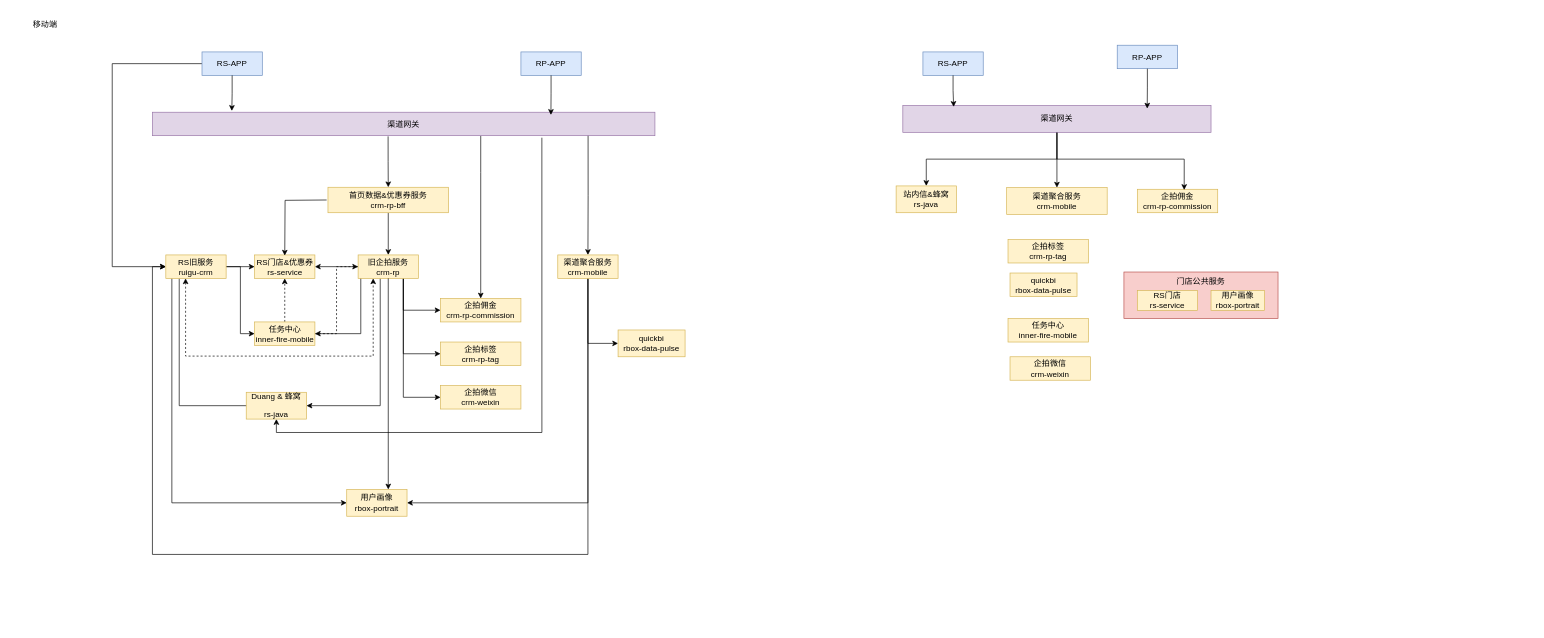
Above: 2025-渠道服务内部依赖图-现状.drawio in shixiaoding/draw (draw.io), before the change. Source tidied: cells renumbered, new cells numbered last; positions are measured from the earlier drawing's top-left corner, leaving out a move shared by most shapes. Both pictures are drawn from the tidied source at 67%, with x=0, y=0 at pixel (11, 11).
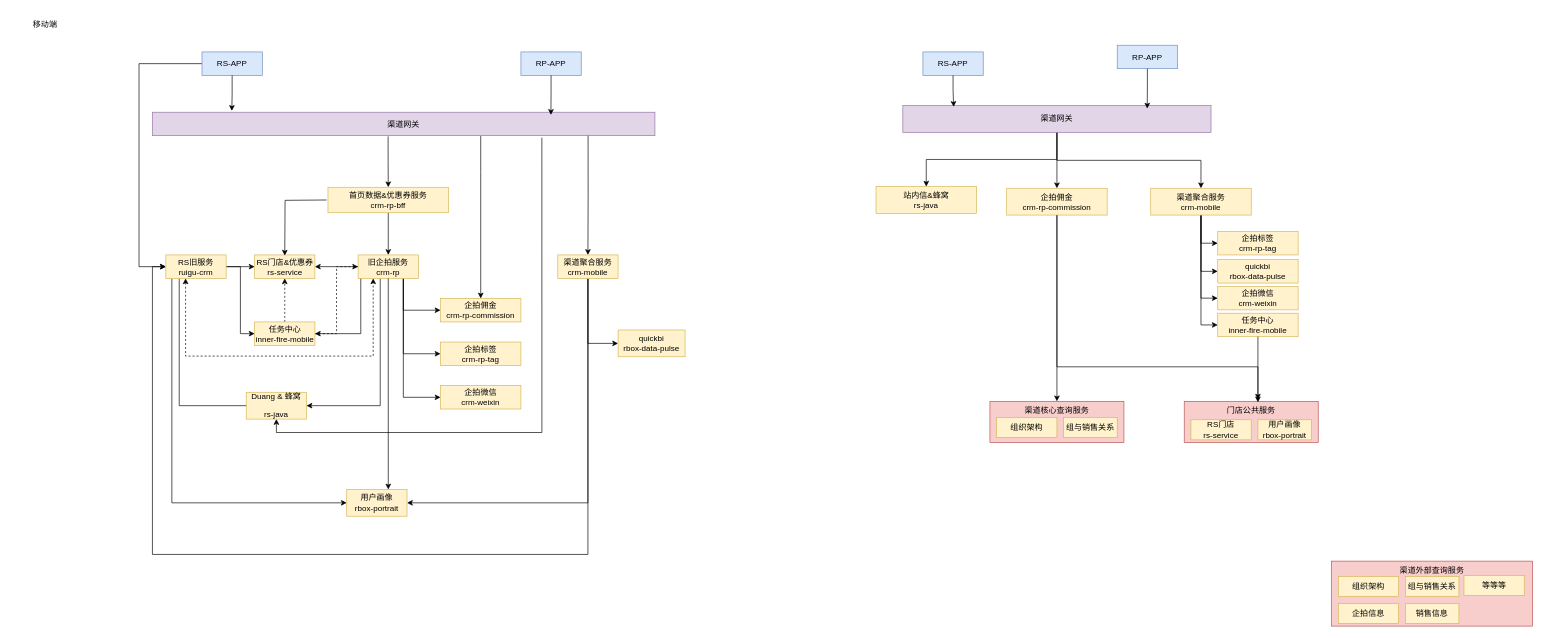
The same page after the edit.

Commit message:
更新2025-渠道服务内部依赖图-现状.drawio

Unchanged cells that the change refers to:
```xml
<mxCell id="9" value="RS-APP" style="rounded=0;whiteSpace=wrap;html=1;fillColor=#dae8fc;strokeColor=#6c8ebf;fontFamily=Helvetica;labelBackgroundColor=none;fontSize=12;" parent="1" vertex="1">
  <mxGeometry x="284" y="60" width="90" height="35" as="geometry" />
</mxCell>
<mxCell id="29" value="&lt;div&gt;RS旧服务&lt;/div&gt;ruigu-crm" style="rounded=0;whiteSpace=wrap;html=1;fillColor=#fff2cc;strokeColor=#d6b656;fontFamily=Helvetica;labelBackgroundColor=none;fontSize=12;" parent="1" vertex="1">
  <mxGeometry x="230" y="363" width="90" height="35" as="geometry" />
</mxCell>
<mxCell id="47" value="渠道网关" style="rounded=0;whiteSpace=wrap;html=1;fillColor=#e1d5e7;strokeColor=#9673a6;fontFamily=Helvetica;labelBackgroundColor=none;fontSize=12;" parent="1" vertex="1">
  <mxGeometry x="1330" y="140" width="460" height="40" as="geometry" />
</mxCell>
<mxCell id="48" value="RS-APP" style="rounded=0;whiteSpace=wrap;html=1;fillColor=#dae8fc;strokeColor=#6c8ebf;fontFamily=Helvetica;labelBackgroundColor=none;fontSize=12;" parent="1" vertex="1">
  <mxGeometry x="1360" y="60" width="90" height="35" as="geometry" />
</mxCell>
```

The edit, as a diff of the source:
```diff
@@
-    <mxCell id="2" value="门店公共服务" style="rounded=0;whiteSpace=wrap;html=1;fillColor=#f8cecc;strokeColor=#b85450;fontFamily=Helvetica;labelBackgroundColor=none;fontSize=12;verticalAlign=top;" parent="1" vertex="1">
-      <mxGeometry x="1660" y="388.5" width="230" height="69.5" as="geometry" />
-    </mxCell>
@@
     <mxCell id="8" style="edgeStyle=orthogonalEdgeStyle;rounded=0;jettySize=auto;html=1;entryX=0;entryY=0.5;entryDx=0;entryDy=0;" parent="1" edge="1" source="9" target="29">
       <mxGeometry relative="1" as="geometry">
         <Array as="points">
-          <mxPoint x="150" y="78" />
-          <mxPoint x="150" y="381" />
+          <mxPoint x="190" y="78" />
+          <mxPoint x="190" y="381" />
         </Array>
       </mxGeometry>
     </mxCell>
@@
+    <mxCell id="59" style="edgeStyle=orthogonalEdgeStyle;rounded=0;jettySize=auto;html=1;exitX=0.5;exitY=1;exitDx=0;exitDy=0;" parent="1" edge="1" source="47" target="53">
+      <mxGeometry relative="1" as="geometry" />
+    </mxCell>
@@
+    <mxCell id="62" style="edgeStyle=orthogonalEdgeStyle;rounded=0;jettySize=auto;html=1;entryX=0;entryY=0.5;entryDx=0;entryDy=0;" parent="1" edge="1" source="50" target="52">
+      <mxGeometry relative="1" as="geometry" />
+    </mxCell>
+    <mxCell id="63" style="edgeStyle=orthogonalEdgeStyle;rounded=0;jettySize=auto;html=1;exitX=0.5;exitY=1;exitDx=0;exitDy=0;entryX=0;entryY=0.5;entryDx=0;entryDy=0;" parent="1" edge="1" source="50" target="60">
+      <mxGeometry relative="1" as="geometry" />
+    </mxCell>
+    <mxCell id="64" style="edgeStyle=orthogonalEdgeStyle;rounded=0;jettySize=auto;html=1;exitX=0.5;exitY=1;exitDx=0;exitDy=0;entryX=0;entryY=0.5;entryDx=0;entryDy=0;" parent="1" edge="1" source="50" target="54">
+      <mxGeometry relative="1" as="geometry" />
+    </mxCell>
+    <mxCell id="65" style="edgeStyle=orthogonalEdgeStyle;rounded=0;jettySize=auto;html=1;exitX=0.5;exitY=1;exitDx=0;exitDy=0;entryX=0;entryY=0.5;entryDx=0;entryDy=0;" parent="1" edge="1" source="50" target="51">
+      <mxGeometry relative="1" as="geometry" />
+    </mxCell>
     <mxCell id="50" value="&lt;div&gt;渠道聚合服务&lt;/div&gt;crm-mobile" style="rounded=0;whiteSpace=wrap;html=1;fillColor=#fff2cc;strokeColor=#d6b656;fontFamily=Helvetica;labelBackgroundColor=none;fontSize=12;" parent="1" vertex="1">
-      <mxGeometry x="1485" y="262.5" width="150" height="40" as="geometry" />
+      <mxGeometry x="1700" y="263.5" width="150" height="40" as="geometry" />
     </mxCell>
     <mxCell id="51" value="&lt;div&gt;企拍标签&lt;/div&gt;crm-rp-tag" style="rounded=0;whiteSpace=wrap;html=1;fillColor=#fff2cc;strokeColor=#d6b656;fontFamily=Helvetica;labelBackgroundColor=none;fontSize=12;" parent="1" vertex="1">
-      <mxGeometry x="1487" y="340" width="120" height="35" as="geometry" />
+      <mxGeometry x="1800" y="328" width="120" height="35" as="geometry" />
     </mxCell>
     <mxCell id="52" value="&lt;div&gt;企拍微信&lt;/div&gt;crm-weixin" style="rounded=0;whiteSpace=wrap;html=1;fillColor=#fff2cc;strokeColor=#d6b656;fontFamily=Helvetica;labelBackgroundColor=none;fontSize=12;" parent="1" vertex="1">
-      <mxGeometry x="1490" y="515" width="120" height="35" as="geometry" />
+      <mxGeometry x="1800" y="410" width="120" height="35" as="geometry" />
     </mxCell>
-    <mxCell id="53" value="&lt;div&gt;企拍佣金&lt;/div&gt;crm-rp-commission" style="rounded=0;whiteSpace=wrap;html=1;fillColor=#fff2cc;strokeColor=#d6b656;fontFamily=Helvetica;labelBackgroundColor=none;fontSize=12;" parent="1" vertex="1">
-      <mxGeometry x="1680" y="265" width="120" height="35" as="geometry" />
-    </mxCell>
     <mxCell id="54" value="&lt;p&gt;&lt;span&gt;&lt;span&gt;quickbi&lt;br&gt;&lt;/span&gt;&lt;/span&gt;rbox-data-pulse&lt;/p&gt;" style="rounded=0;whiteSpace=wrap;html=1;fillColor=#fff2cc;strokeColor=#d6b656;align=center;verticalAlign=middle;fontFamily=Helvetica;fontSize=12;fontColor=default;labelBackgroundColor=none;" parent="1" vertex="1">
-      <mxGeometry x="1490" y="390" width="100" height="35" as="geometry" />
+      <mxGeometry x="1800" y="370" width="120" height="35" as="geometry" />
     </mxCell>
@@
+    <mxCell id="60" value="任务中心&lt;br&gt;&lt;span style=&quot;color: light-dark(rgb(0, 0, 0), rgb(255, 255, 255));&quot;&gt;inner-fire-mobile&lt;/span&gt;" style="rounded=0;whiteSpace=wrap;html=1;fillColor=#fff2cc;strokeColor=#d6b656;fontFamily=Helvetica;labelBackgroundColor=none;fontSize=12;" parent="1" vertex="1">
+      <mxGeometry x="1800" y="450" width="120" height="35" as="geometry" />
+    </mxCell>
+    <mxCell id="61" style="edgeStyle=orthogonalEdgeStyle;rounded=0;jettySize=auto;html=1;exitX=0.5;exitY=1;exitDx=0;exitDy=0;entryX=0.165;entryY=0.05;entryDx=0;entryDy=0;entryPerimeter=0;" parent="1" edge="1" source="48" target="47">
+      <mxGeometry relative="1" as="geometry" />
+    </mxCell>
+    <mxCell id="66" value="渠道外部查询服务" style="rounded=0;whiteSpace=wrap;html=1;fillColor=#f8cecc;strokeColor=#b85450;fontFamily=Helvetica;labelBackgroundColor=none;fontSize=12;verticalAlign=top;" parent="1" vertex="1">
+      <mxGeometry x="1970" y="820" width="300" height="97" as="geometry" />
+    </mxCell>
-    <mxCell id="56" value="&lt;p&gt;站内信&amp;amp;蜂窝&lt;br&gt;&lt;span style=&quot;background-color: transparent; color: light-dark(rgb(0, 0, 0), rgb(255, 255, 255));&quot;&gt;rs-java&lt;/span&gt;&lt;/p&gt;" style="rounded=0;whiteSpace=wrap;html=1;fillColor=#fff2cc;strokeColor=#d6b656;align=center;verticalAlign=middle;fontFamily=Helvetica;fontSize=12;fontColor=default;labelBackgroundColor=none;" parent="1" vertex="1">
-      <mxGeometry x="1320" y="260" width="90" height="40" as="geometry" />
+    <mxCell id="56" value="站内信&amp;amp;蜂窝&lt;br&gt;&lt;span style=&quot;color: light-dark(rgb(0, 0, 0), rgb(255, 255, 255)); background-color: transparent;&quot;&gt;rs-java&lt;/span&gt;" style="rounded=0;whiteSpace=wrap;html=1;fillColor=#fff2cc;strokeColor=#d6b656;fontFamily=Helvetica;labelBackgroundColor=none;fontSize=12;" parent="1" vertex="1">
+      <mxGeometry x="1290" y="261" width="150" height="40" as="geometry" />
     </mxCell>
+    <mxCell id="67" style="edgeStyle=orthogonalEdgeStyle;rounded=0;jettySize=auto;html=1;entryX=0.5;entryY=0;entryDx=0;entryDy=0;" parent="1" edge="1" source="53" target="78">
+      <mxGeometry relative="1" as="geometry" />
+    </mxCell>
+    <mxCell id="53" value="&lt;div&gt;企拍佣金&lt;/div&gt;crm-rp-commission" style="rounded=0;whiteSpace=wrap;html=1;fillColor=#fff2cc;strokeColor=#d6b656;fontFamily=Helvetica;labelBackgroundColor=none;fontSize=12;" parent="1" vertex="1">
+      <mxGeometry x="1485" y="263.5" width="150" height="40" as="geometry" />
+    </mxCell>
+    <mxCell id="68" style="group;" parent="1" vertex="1">
+      <mxGeometry x="1980" y="843" width="180" height="30" as="geometry" />
+    </mxCell>
+    <mxCell id="69" value="&lt;p&gt;组与销售关系&lt;/p&gt;" style="rounded=0;whiteSpace=wrap;html=1;fillColor=#fff2cc;strokeColor=#d6b656;align=center;verticalAlign=middle;fontFamily=Helvetica;fontSize=12;fontColor=default;labelBackgroundColor=none;" parent="68" vertex="1">
+      <mxGeometry x="100" width="80" height="30" as="geometry" />
+    </mxCell>
+    <mxCell id="70" value="组织架构" style="rounded=0;whiteSpace=wrap;html=1;fillColor=#fff2cc;strokeColor=#d6b656;fontFamily=Helvetica;labelBackgroundColor=none;fontSize=12;" parent="68" vertex="1">
+      <mxGeometry width="90" height="30" as="geometry" />
+    </mxCell>
+    <mxCell id="71" style="group;" parent="1" vertex="1">
+      <mxGeometry x="1980" y="883" width="180" height="30" as="geometry" />
+    </mxCell>
+    <mxCell id="72" value="&lt;p&gt;销售信息&lt;/p&gt;" style="rounded=0;whiteSpace=wrap;html=1;fillColor=#fff2cc;strokeColor=#d6b656;align=center;verticalAlign=middle;fontFamily=Helvetica;fontSize=12;fontColor=default;labelBackgroundColor=none;" parent="71" vertex="1">
+      <mxGeometry x="100" width="80" height="30" as="geometry" />
+    </mxCell>
+    <mxCell id="73" value="企拍信息" style="rounded=0;whiteSpace=wrap;html=1;fillColor=#fff2cc;strokeColor=#d6b656;fontFamily=Helvetica;labelBackgroundColor=none;fontSize=12;" parent="71" vertex="1">
+      <mxGeometry width="90" height="30" as="geometry" />
+    </mxCell>
+    <mxCell id="74" value="等等等" style="rounded=0;whiteSpace=wrap;html=1;fillColor=#fff2cc;strokeColor=#d6b656;fontFamily=Helvetica;labelBackgroundColor=none;fontSize=12;" parent="1" vertex="1">
+      <mxGeometry x="2167.5" y="841.2" width="90" height="30" as="geometry" />
+    </mxCell>
+    <mxCell id="75" style="group;" parent="1" vertex="1">
+      <mxGeometry x="1750" y="581.5" width="200" height="61.5" as="geometry" />
+    </mxCell>
+    <mxCell id="2" value="门店公共服务" style="rounded=0;whiteSpace=wrap;html=1;fillColor=#f8cecc;strokeColor=#b85450;fontFamily=Helvetica;labelBackgroundColor=none;fontSize=12;verticalAlign=top;" parent="75" vertex="1">
+      <mxGeometry width="200" height="61.5" as="geometry" />
+    </mxCell>
+    <mxCell id="76" style="group;" parent="75" vertex="1">
+      <mxGeometry x="10" y="27.5" width="180" height="30" as="geometry" />
+    </mxCell>
-    <mxCell id="57" value="&lt;p&gt;&lt;span&gt;&lt;span&gt;用户画像&lt;br&gt;&lt;/span&gt;&lt;/span&gt;&lt;span&gt;rbox-portrait&lt;/span&gt;&lt;span&gt;&lt;/span&gt;&lt;/p&gt;" style="rounded=0;whiteSpace=wrap;html=1;fillColor=#fff2cc;strokeColor=#d6b656;align=center;verticalAlign=middle;fontFamily=Helvetica;fontSize=12;fontColor=default;labelBackgroundColor=none;" parent="1" vertex="1">
-      <mxGeometry x="1790" y="416" width="80" height="30" as="geometry" />
+    <mxCell id="57" value="&lt;p&gt;&lt;span&gt;&lt;span&gt;用户画像&lt;br&gt;&lt;/span&gt;&lt;/span&gt;&lt;span&gt;rbox-portrait&lt;/span&gt;&lt;span&gt;&lt;/span&gt;&lt;/p&gt;" style="rounded=0;whiteSpace=wrap;html=1;fillColor=#fff2cc;strokeColor=#d6b656;align=center;verticalAlign=middle;fontFamily=Helvetica;fontSize=12;fontColor=default;labelBackgroundColor=none;" parent="76" vertex="1">
+      <mxGeometry x="100" width="80" height="30" as="geometry" />
     </mxCell>
-    <mxCell id="58" value="&lt;div&gt;RS门店&lt;/div&gt;rs-service" style="rounded=0;whiteSpace=wrap;html=1;fillColor=#fff2cc;strokeColor=#d6b656;fontFamily=Helvetica;labelBackgroundColor=none;fontSize=12;" parent="1" vertex="1">
-      <mxGeometry x="1680" y="416" width="90" height="30" as="geometry" />
+    <mxCell id="58" value="&lt;div&gt;RS门店&lt;/div&gt;rs-service" style="rounded=0;whiteSpace=wrap;html=1;fillColor=#fff2cc;strokeColor=#d6b656;fontFamily=Helvetica;labelBackgroundColor=none;fontSize=12;" parent="76" vertex="1">
+      <mxGeometry width="90" height="30" as="geometry" />
     </mxCell>
-    <mxCell id="59" style="edgeStyle=orthogonalEdgeStyle;rounded=0;jettySize=auto;html=1;exitX=0.5;exitY=1;exitDx=0;exitDy=0;entryX=0.583;entryY=0.029;entryDx=0;entryDy=0;entryPerimeter=0;" parent="1" edge="1" source="47" target="53">
-      <mxGeometry relative="1" as="geometry">
-        <Array as="points">
-          <mxPoint x="1560" y="220" />
-          <mxPoint x="1750" y="220" />
-        </Array>
-      </mxGeometry>
-    </mxCell>
-    <mxCell id="60" value="任务中心&lt;br&gt;&lt;span style=&quot;color: light-dark(rgb(0, 0, 0), rgb(255, 255, 255));&quot;&gt;inner-fire-mobile&lt;/span&gt;" style="rounded=0;whiteSpace=wrap;html=1;fillColor=#fff2cc;strokeColor=#d6b656;fontFamily=Helvetica;labelBackgroundColor=none;fontSize=12;" parent="1" vertex="1">
-      <mxGeometry x="1487" y="458" width="120" height="35" as="geometry" />
-    </mxCell>
-    <mxCell id="61" style="edgeStyle=orthogonalEdgeStyle;rounded=0;jettySize=auto;html=1;exitX=0.5;exitY=1;exitDx=0;exitDy=0;entryX=0.165;entryY=0.05;entryDx=0;entryDy=0;entryPerimeter=0;" parent="1" edge="1" source="48" target="47">
-      <mxGeometry relative="1" as="geometry" />
-    </mxCell>
+    <mxCell id="77" style="group;" parent="1" vertex="1">
+      <mxGeometry x="1460" y="581.5" width="200" height="61.5" as="geometry" />
+    </mxCell>
+    <mxCell id="78" value="渠道核心查询服务" style="rounded=0;whiteSpace=wrap;html=1;fillColor=#f8cecc;strokeColor=#b85450;fontFamily=Helvetica;labelBackgroundColor=none;fontSize=12;verticalAlign=top;" parent="77" vertex="1">
+      <mxGeometry width="200" height="61.5" as="geometry" />
+    </mxCell>
+    <mxCell id="79" style="group;" parent="77" vertex="1">
+      <mxGeometry x="10" y="24" width="180" height="30" as="geometry" />
+    </mxCell>
+    <mxCell id="80" value="&lt;p&gt;组与销售关系&lt;/p&gt;" style="rounded=0;whiteSpace=wrap;html=1;fillColor=#fff2cc;strokeColor=#d6b656;align=center;verticalAlign=middle;fontFamily=Helvetica;fontSize=12;fontColor=default;labelBackgroundColor=none;" parent="79" vertex="1">
+      <mxGeometry x="100" width="80" height="30" as="geometry" />
+    </mxCell>
+    <mxCell id="81" value="组织架构" style="rounded=0;whiteSpace=wrap;html=1;fillColor=#fff2cc;strokeColor=#d6b656;fontFamily=Helvetica;labelBackgroundColor=none;fontSize=12;" parent="79" vertex="1">
+      <mxGeometry width="90" height="30" as="geometry" />
+    </mxCell>
+    <mxCell id="82" style="edgeStyle=orthogonalEdgeStyle;rounded=0;jettySize=auto;html=1;exitX=0.5;exitY=1;exitDx=0;exitDy=0;entryX=0.55;entryY=0.024;entryDx=0;entryDy=0;entryPerimeter=0;" parent="1" edge="1" source="60" target="2">
+      <mxGeometry relative="1" as="geometry" />
+    </mxCell>
+    <mxCell id="83" style="edgeStyle=orthogonalEdgeStyle;rounded=0;jettySize=auto;html=1;exitX=0.5;exitY=1;exitDx=0;exitDy=0;entryX=0.55;entryY=-0.041;entryDx=0;entryDy=0;entryPerimeter=0;" parent="1" edge="1" source="53" target="2">
+      <mxGeometry relative="1" as="geometry">
+        <Array as="points">
+          <mxPoint x="1560" y="530" />
+          <mxPoint x="1860" y="530" />
+        </Array>
+      </mxGeometry>
+    </mxCell>
```
